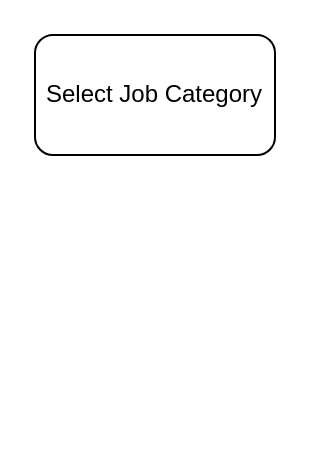
Earlier version of the draw.io diagram Workflow-Digram-API.drawio (prasadkovai/architecture-digram). Source tidied: cells renumbered, new cells numbered last; positions are measured from the earlier drawing's top-left corner, leaving out a move shared by most shapes. Both pictures are drawn from the tidied source at 200%, with x=0, y=0 at pixel (34, 34).
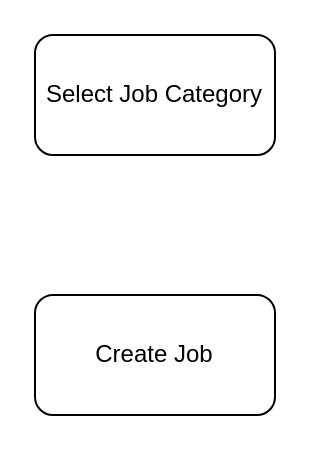
After the change.

Change to the diagram source:
```diff
@@
 <mxGraphModel>
   <root>
     <mxCell id="0" />
     <mxCell id="1" parent="0" />
     <mxCell id="2" value="Select Job Category" style="rounded=1;whiteSpace=wrap;html=1;" parent="1" vertex="1">
       <mxGeometry width="120" height="60" as="geometry" />
     </mxCell>
+    <mxCell id="3" value="Create Job" style="rounded=1;whiteSpace=wrap;html=1;" parent="1" vertex="1">
+      <mxGeometry y="130" width="120" height="60" as="geometry" />
+    </mxCell>
   </root>
 </mxGraphModel>
```
